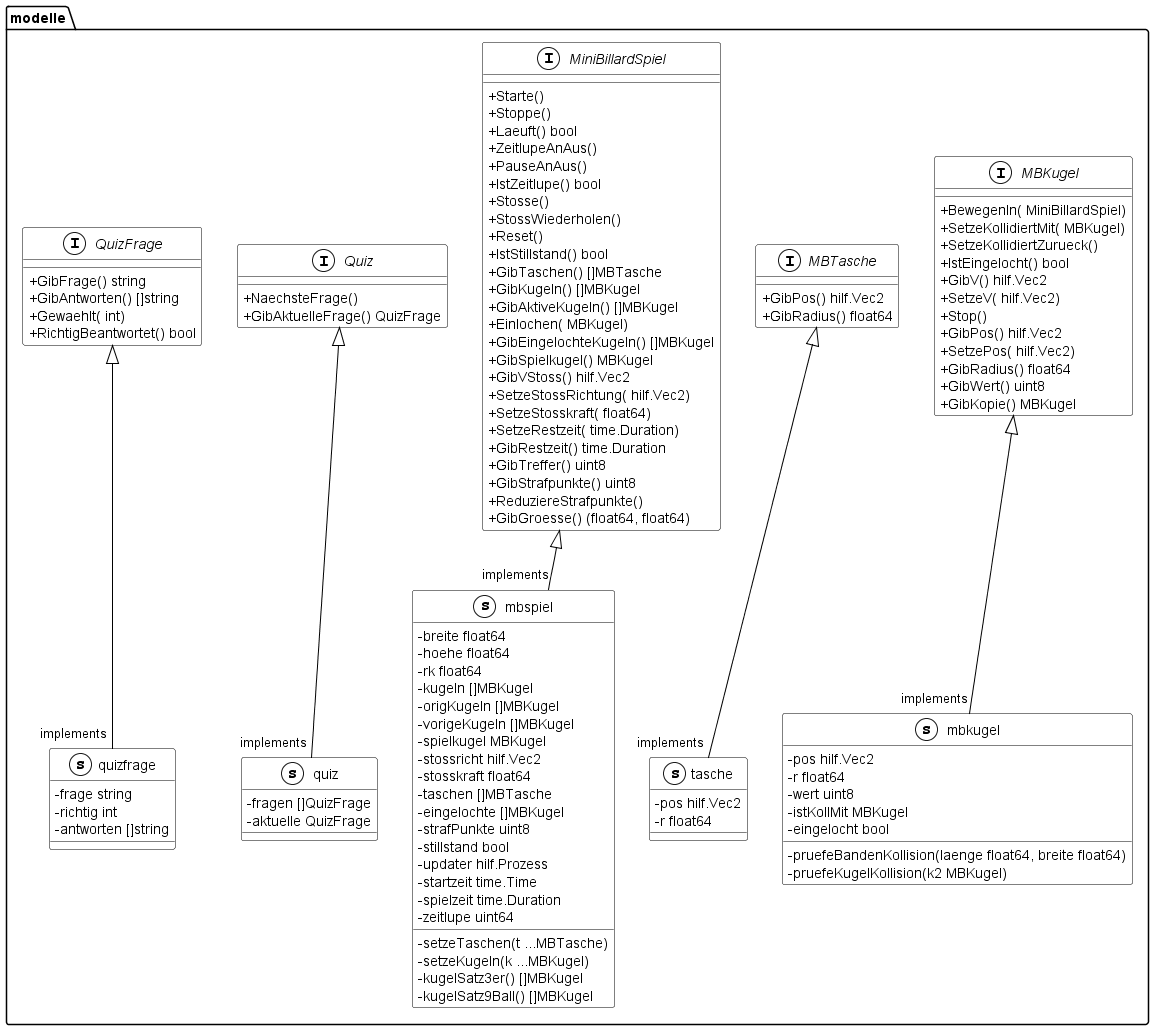
Before: documentation/UML/modelle.png, a diagram exported from PlantUML (Fussbroich/lwb-SWP).
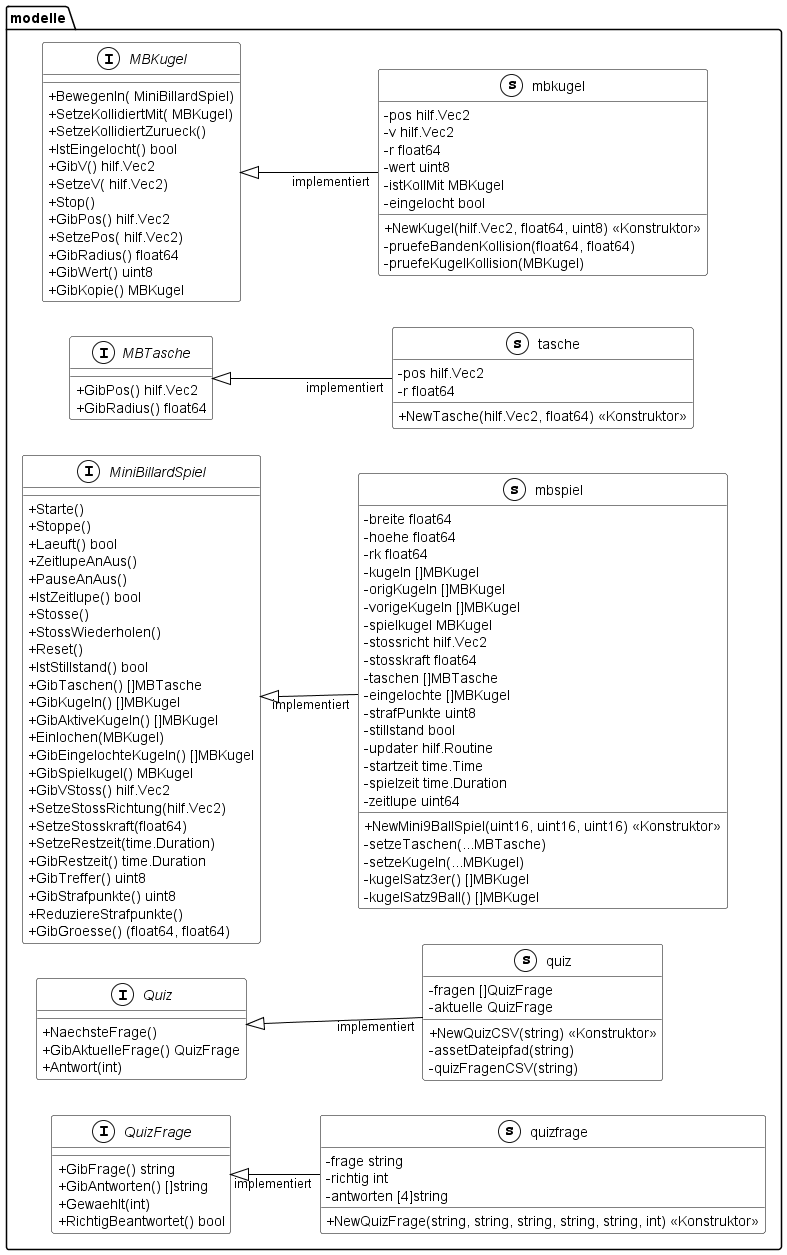
Above is the later version.

The edit, as a diff of the source:
```diff
@@ -6,6 +6,7 @@
 ArrowColor Black
 BorderColor Black
 }
+left to right direction
 skinparam stereotypeCBackgroundColor White
 namespace modelle {
     interface MBKugel << (I,White) >> {
@@ -42,41 +43,42 @@
         + GibTaschen() []MBTasche
         + GibKugeln() []MBKugel
         + GibAktiveKugeln() []MBKugel
-        + Einlochen( MBKugel)
+        + Einlochen(MBKugel)
         + GibEingelochteKugeln() []MBKugel
         + GibSpielkugel() MBKugel
         + GibVStoss() hilf.Vec2
-        + SetzeStossRichtung( hilf.Vec2)
-        + SetzeStosskraft( float64)
-        + SetzeRestzeit( time.Duration)
+        + SetzeStossRichtung(hilf.Vec2)
+        + SetzeStosskraft(float64)
+        + SetzeRestzeit(time.Duration)
         + GibRestzeit() time.Duration
         + GibTreffer() uint8
         + GibStrafpunkte() uint8
         + ReduziereStrafpunkte()
         + GibGroesse() (float64, float64)
-
     }
     interface Quiz << (I,White) >> {
         + NaechsteFrage()
         + GibAktuelleFrage() QuizFrage
-
+        + Antwort(int)
     }
     interface QuizFrage << (I,White) >> {
         + GibFrage() string
         + GibAntworten() []string
-        + Gewaehlt( int)
+        + Gewaehlt(int)
         + RichtigBeantwortet() bool
 
     }
     class mbkugel << (s,White) >> {
         - pos hilf.Vec2
+        - v hilf.Vec2
         - r float64
         - wert uint8
         - istKollMit MBKugel
         - eingelocht bool
 
-        - pruefeBandenKollision(laenge float64, breite float64)
-        - pruefeKugelKollision(k2 MBKugel)
+        + NewKugel(hilf.Vec2, float64, uint8) << Konstruktor >>
+        - pruefeBandenKollision(float64, float64)
+        - pruefeKugelKollision(MBKugel)
     }
     class mbspiel << (s,White) >> {
         - breite float64
@@ -92,35 +94,44 @@
         - eingelochte []MBKugel
         - strafPunkte uint8
         - stillstand bool
-        - updater hilf.Prozess
+        - updater hilf.Routine
         - startzeit time.Time
         - spielzeit time.Duration
         - zeitlupe uint64
 
-        - setzeTaschen(t ...MBTasche)
-        - setzeKugeln(k ...MBKugel)
+        + NewMini9BallSpiel(uint16, uint16, uint16) << Konstruktor >>
+        - setzeTaschen(...MBTasche)
+        - setzeKugeln(...MBKugel)
         - kugelSatz3er() []MBKugel
         - kugelSatz9Ball() []MBKugel
     }
     class quiz << (s,White) >> {
         - fragen []QuizFrage
         - aktuelle QuizFrage
+
+        + NewQuizCSV(string) << Konstruktor >>
+        - assetDateipfad(string)
+        - quizFragenCSV(string)
     }
     class quizfrage << (s,White) >> {
         - frage string
         - richtig int
-        - antworten []string
+        - antworten [4]string
+
+        + NewQuizFrage(string, string, string, string, string, int) << Konstruktor >>
     }
     class tasche << (s,White) >> {
         - pos hilf.Vec2
         - r float64
+
+        + NewTasche(hilf.Vec2, float64) << Konstruktor >>
     }
 }
 
-"modelle.MBKugel" <|-- "implements""modelle.mbkugel"
-"modelle.MiniBillardSpiel" <|-- "implements""modelle.mbspiel"
-"modelle.Quiz" <|-- "implements""modelle.quiz"
-"modelle.QuizFrage" <|-- "implements""modelle.quizfrage"
-"modelle.MBTasche" <|-- "implements""modelle.tasche"
+"modelle.MBKugel" <|-- "implementiert""modelle.mbkugel"
+"modelle.MiniBillardSpiel" <|-- "implementiert""modelle.mbspiel"
+"modelle.Quiz" <|-- "implementiert""modelle.quiz"
+"modelle.QuizFrage" <|-- "implementiert""modelle.quizfrage"
+"modelle.MBTasche" <|-- "implementiert""modelle.tasche"
 
 @enduml
```
